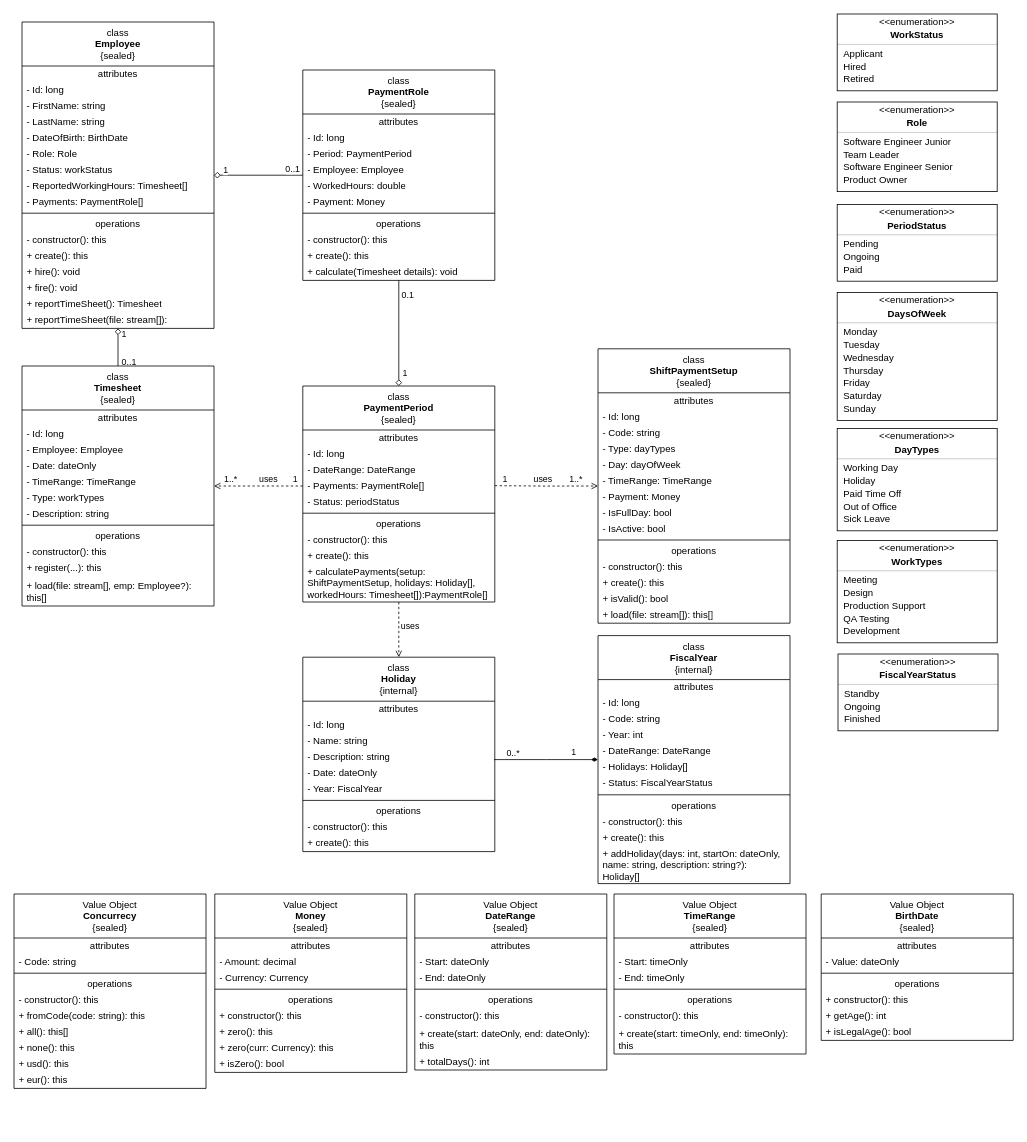
Before: docs/diagrams/PaymentRole-app.drawio in rsmacias/PaymentCalculator, a draw.io diagram. Source tidied: cells renumbered, new cells numbered last; positions are measured from the earlier drawing's top-left corner, leaving out a move shared by most shapes. Both pictures are drawn from the tidied source at 80%, with x=0, y=0 at pixel (14, 14).
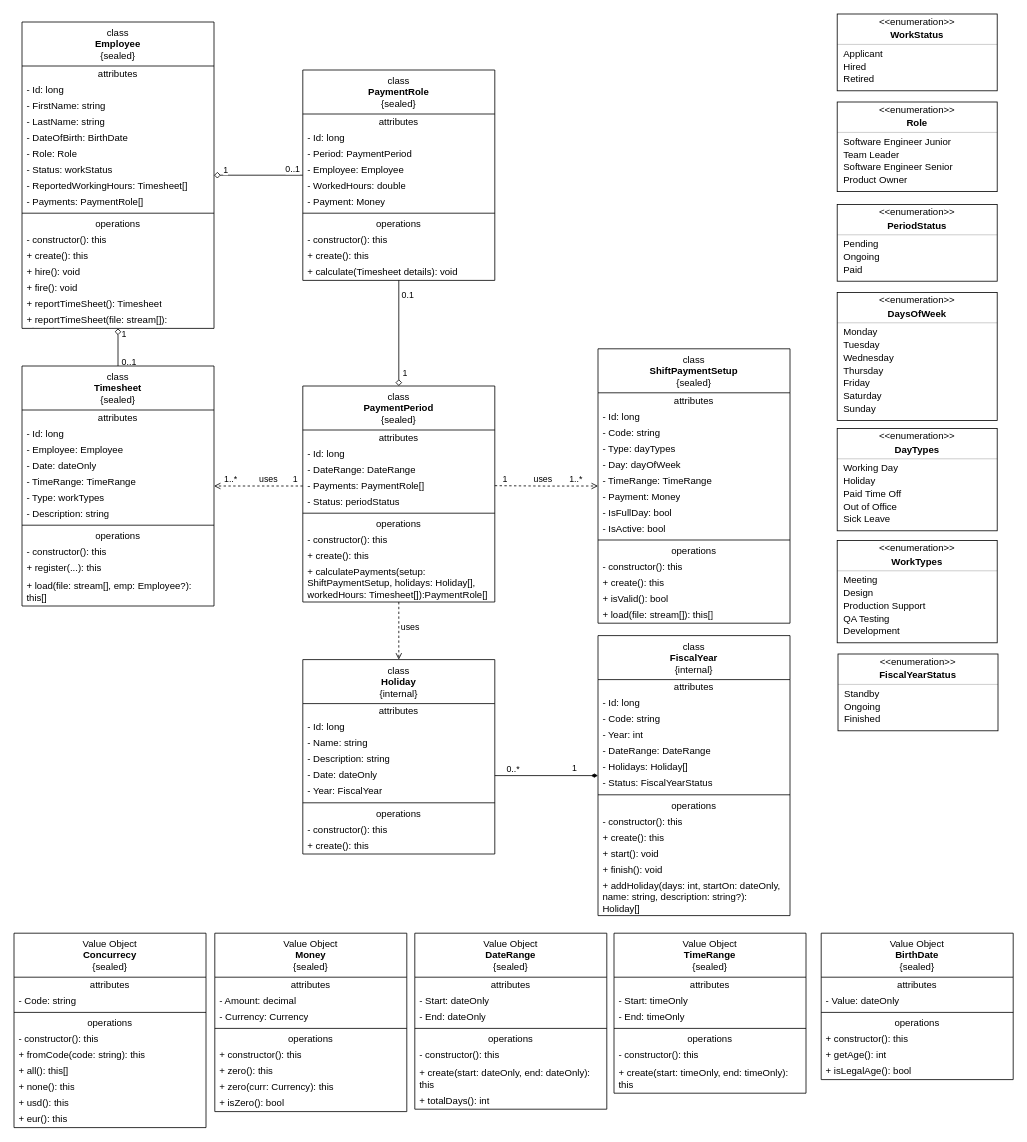
The same page after the edit.

Unchanged cells that the change refers to:
```xml
<mxCell id="164" value="- Date: dateOnly" style="text;html=1;strokeColor=none;fillColor=none;align=left;verticalAlign=middle;spacingLeft=4;spacingRight=4;overflow=hidden;points=[[0,0.5],[1,0.5]];portConstraint=eastwest;whiteSpace=wrap;" parent="159" vertex="1">
  <mxGeometry y="135" width="240" height="20" as="geometry" />
</mxCell>
```

Diff of the diagram source:
```diff
@@
     <mxCell id="144" value="Value Object&lt;br&gt;&lt;b&gt;Concurrecy&lt;/b&gt;&lt;br&gt;{sealed}" style="swimlane;fontStyle=0;align=center;verticalAlign=top;horizontal=1;startSize=55;html=1;whiteSpace=wrap;" parent="1" vertex="1">
-      <mxGeometry y="1100" width="240" height="243" as="geometry" />
+      <mxGeometry y="1149" width="240" height="243" as="geometry" />
     </mxCell>
@@
     <mxCell id="159" value="class&lt;br&gt;&lt;b&gt;Holiday&lt;/b&gt;&lt;br&gt;{internal}" style="swimlane;fontStyle=0;align=center;verticalAlign=top;horizontal=1;startSize=55;html=1;whiteSpace=wrap;" parent="1" vertex="1">
-      <mxGeometry x="361" y="804" width="240" height="243" as="geometry" />
+      <mxGeometry x="361" y="807" width="240" height="243" as="geometry" />
     </mxCell>
@@
-    <mxCell id="170" style="edgeStyle=orthogonalEdgeStyle;rounded=0;jettySize=auto;html=1;startArrow=diamondThin;startFill=1;endArrow=none;" parent="1" edge="1" source="173">
-      <mxGeometry relative="1" as="geometry">
-        <mxPoint x="600" y="932" as="targetPoint" />
-      </mxGeometry>
+    <mxCell id="170" style="edgeStyle=orthogonalEdgeStyle;rounded=0;jettySize=auto;html=1;startArrow=diamondThin;startFill=1;endArrow=none;entryX=1;entryY=0.5;entryDx=0;entryDy=0;" parent="1" edge="1" source="173" target="164">
+      <mxGeometry relative="1" as="geometry" />
     </mxCell>
@@
     <mxCell id="173" value="class&lt;br&gt;&lt;b&gt;FiscalYear&lt;/b&gt;&lt;br&gt;{internal}" style="swimlane;fontStyle=0;align=center;verticalAlign=top;horizontal=1;startSize=55;html=1;whiteSpace=wrap;" parent="1" vertex="1">
-      <mxGeometry x="730" y="777" width="240" height="310" as="geometry" />
+      <mxGeometry x="730" y="777" width="240" height="350" as="geometry" />
     </mxCell>
@@
+    <mxCell id="229" value="+ start(): void" style="text;html=1;strokeColor=none;fillColor=none;align=left;verticalAlign=middle;spacingLeft=4;spacingRight=4;overflow=hidden;whiteSpace=wrap;" parent="173" vertex="1">
+      <mxGeometry y="263" width="240" height="20" as="geometry" />
+    </mxCell>
+    <mxCell id="230" value="+ finish(): void" style="text;html=1;strokeColor=none;fillColor=none;align=left;verticalAlign=middle;spacingLeft=4;spacingRight=4;overflow=hidden;whiteSpace=wrap;" parent="173" vertex="1">
+      <mxGeometry y="283" width="240" height="20" as="geometry" />
+    </mxCell>
     <mxCell id="185" value="+ addHoliday(days: int, startOn: dateOnly, name: string, description: string?): Holiday[]" style="text;html=1;strokeColor=none;fillColor=none;align=left;verticalAlign=middle;spacingLeft=4;spacingRight=4;overflow=hidden;whiteSpace=wrap;" parent="173" vertex="1">
-      <mxGeometry y="263" width="240" height="47" as="geometry" />
+      <mxGeometry y="303" width="240" height="47" as="geometry" />
     </mxCell>
     <mxCell id="186" value="Value Object&lt;br&gt;&lt;b&gt;Money&lt;/b&gt;&lt;br&gt;{sealed}" style="swimlane;fontStyle=0;align=center;verticalAlign=top;horizontal=1;startSize=55;html=1;whiteSpace=wrap;" parent="1" vertex="1">
-      <mxGeometry x="251" y="1100" width="240" height="223" as="geometry" />
+      <mxGeometry x="251" y="1149" width="240" height="223" as="geometry" />
     </mxCell>
@@
     <mxCell id="196" value="Value Object&lt;br&gt;&lt;b&gt;DateRange&lt;/b&gt;&lt;br&gt;{sealed}" style="swimlane;fontStyle=0;align=center;verticalAlign=top;horizontal=1;startSize=55;html=1;whiteSpace=wrap;" parent="1" vertex="1">
-      <mxGeometry x="501" y="1100" width="240" height="220" as="geometry" />
+      <mxGeometry x="501" y="1149" width="240" height="220" as="geometry" />
     </mxCell>
@@
     <mxCell id="205" value="Value Object&lt;br&gt;&lt;b&gt;TimeRange&lt;/b&gt;&lt;br&gt;{sealed}" style="swimlane;fontStyle=0;align=center;verticalAlign=top;horizontal=1;startSize=55;html=1;whiteSpace=wrap;" parent="1" vertex="1">
-      <mxGeometry x="750" y="1100" width="240" height="200" as="geometry" />
+      <mxGeometry x="750" y="1149" width="240" height="200" as="geometry" />
     </mxCell>
@@
     <mxCell id="213" value="Value Object&lt;br&gt;&lt;b&gt;BirthDate&lt;/b&gt;&lt;br&gt;{sealed}" style="swimlane;fontStyle=0;align=center;verticalAlign=top;horizontal=1;startSize=55;html=1;whiteSpace=wrap;" parent="1" vertex="1">
-      <mxGeometry x="1009" y="1100" width="240" height="183" as="geometry" />
+      <mxGeometry x="1009" y="1149" width="240" height="183" as="geometry" />
     </mxCell>
```
